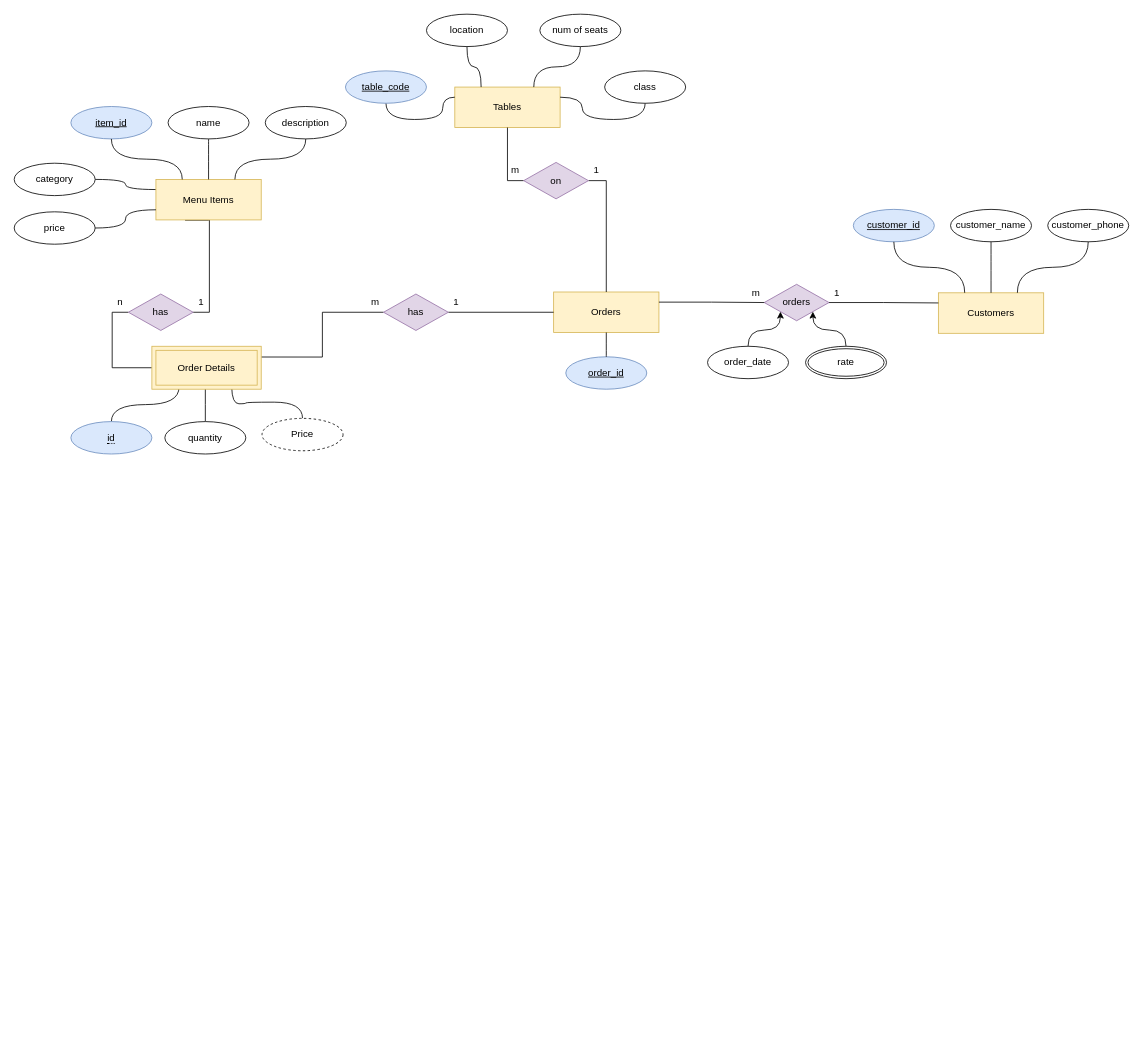
Mohammed-Abed-Alkareem/Restaurant-Management keeps this draw.io diagram as ER_diagram.drawio. Above is the earlier version. Source tidied: cells renumbered, new cells numbered last; positions are measured from the earlier drawing's top-left corner, leaving out a move shared by most shapes. Both pictures are drawn from the tidied source at 81%, with x=0, y=0 at pixel (14, 14).
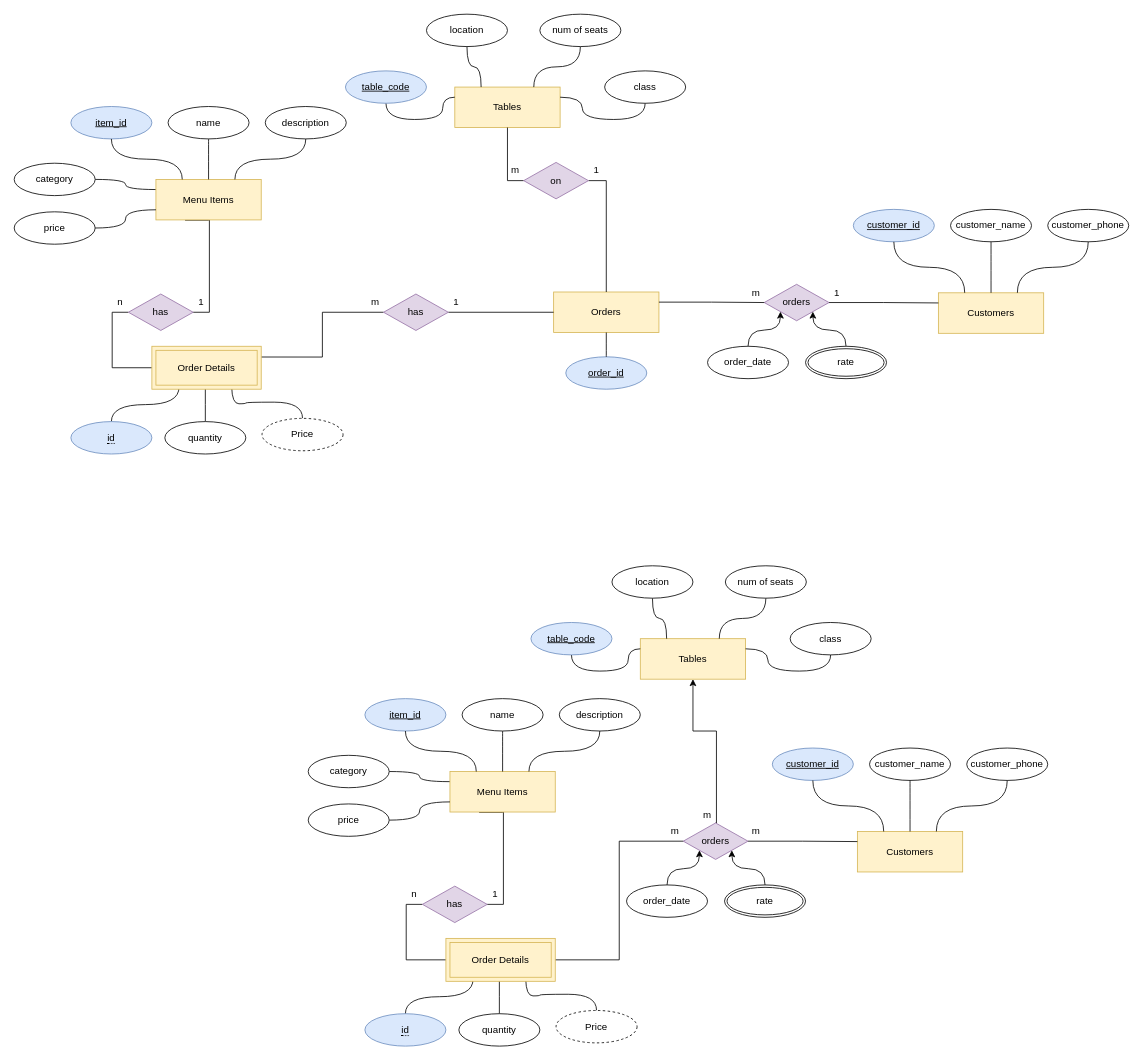
Above is the later version.

Diff of the diagram source:
```diff
@@
+    <mxCell id="63" value="Customers" style="whiteSpace=wrap;html=1;align=center;fillColor=#fff2cc;strokeColor=#d6b656;" parent="1" vertex="1">
+      <mxGeometry x="1041" y="1009" width="130" height="50" as="geometry" />
+    </mxCell>
+    <mxCell id="64" value="customer_id" style="ellipse;whiteSpace=wrap;html=1;align=center;fontStyle=4;fillColor=#dae8fc;strokeColor=#6c8ebf;" parent="1" vertex="1">
+      <mxGeometry x="936" y="906" width="100" height="40" as="geometry" />
+    </mxCell>
+    <mxCell id="65" value="customer_name" style="ellipse;whiteSpace=wrap;html=1;align=center;" parent="1" vertex="1">
+      <mxGeometry x="1056" y="906" width="100" height="40" as="geometry" />
+    </mxCell>
+    <mxCell id="66" value="customer_phone" style="ellipse;whiteSpace=wrap;html=1;align=center;" parent="1" vertex="1">
+      <mxGeometry x="1176" y="906" width="100" height="40" as="geometry" />
+    </mxCell>
+    <mxCell id="67" style="endArrow=none;html=1;rounded=0;exitX=0.5;exitY=1;exitDx=0;exitDy=0;entryX=0.25;entryY=0;entryDx=0;entryDy=0;edgeStyle=orthogonalEdgeStyle;curved=1;" parent="1" edge="1" source="64" target="63">
+      <mxGeometry relative="1" as="geometry" />
+    </mxCell>
+    <mxCell id="68" style="endArrow=none;html=1;rounded=0;exitX=0.5;exitY=1;exitDx=0;exitDy=0;entryX=0.5;entryY=0;entryDx=0;entryDy=0;edgeStyle=orthogonalEdgeStyle;curved=1;" parent="1" edge="1" source="65" target="63">
+      <mxGeometry relative="1" as="geometry" />
+    </mxCell>
+    <mxCell id="69" style="endArrow=none;html=1;rounded=0;exitX=0.5;exitY=1;exitDx=0;exitDy=0;entryX=0.75;entryY=0;entryDx=0;entryDy=0;edgeStyle=orthogonalEdgeStyle;curved=1;" parent="1" edge="1" source="66" target="63">
+      <mxGeometry relative="1" as="geometry" />
+    </mxCell>
+    <mxCell id="70" style="edgeStyle=orthogonalEdgeStyle;rounded=0;jettySize=auto;html=1;exitX=0.5;exitY=0;exitDx=0;exitDy=0;entryX=0.5;entryY=1;entryDx=0;entryDy=0;" parent="1" edge="1" source="71" target="99">
+      <mxGeometry relative="1" as="geometry">
+        <Array as="points">
+          <mxPoint x="867" y="885" />
+          <mxPoint x="838" y="885" />
+        </Array>
+      </mxGeometry>
+    </mxCell>
+    <mxCell id="71" value="orders" style="shape=rhombus;perimeter=rhombusPerimeter;whiteSpace=wrap;html=1;align=center;fillColor=#e1d5e7;strokeColor=#9673a6;" parent="1" vertex="1">
+      <mxGeometry x="826" y="998.5" width="80" height="45" as="geometry" />
+    </mxCell>
+    <mxCell id="72" style="endArrow=none;html=1;rounded=0;exitX=1;exitY=0.5;exitDx=0;exitDy=0;entryX=0;entryY=0.5;entryDx=0;entryDy=0;edgeStyle=orthogonalEdgeStyle;" parent="1" edge="1" source="109" target="71">
+      <mxGeometry relative="1" as="geometry" />
+    </mxCell>
+    <mxCell id="73" style="endArrow=none;html=1;rounded=0;entryX=0;entryY=0.25;entryDx=0;entryDy=0;exitX=1;exitY=0.5;exitDx=0;exitDy=0;edgeStyle=orthogonalEdgeStyle;" parent="1" edge="1" source="71" target="63">
+      <mxGeometry relative="1" as="geometry" />
+    </mxCell>
+    <mxCell id="74" value="m" style="text;html=1;strokeColor=none;fillColor=none;align=center;verticalAlign=middle;whiteSpace=wrap;rounded=0;" parent="1" vertex="1">
+      <mxGeometry x="906" y="998.5" width="20" height="20" as="geometry" />
+    </mxCell>
+    <mxCell id="75" value="m" style="text;html=1;strokeColor=none;fillColor=none;align=center;verticalAlign=middle;whiteSpace=wrap;rounded=0;" parent="1" vertex="1">
+      <mxGeometry x="846" y="978.5" width="20" height="20" as="geometry" />
+    </mxCell>
+    <mxCell id="76" style="edgeStyle=orthogonalEdgeStyle;rounded=0;jettySize=auto;html=1;entryX=0;entryY=0.5;entryDx=0;entryDy=0;endArrow=none;endFill=0;exitX=0;exitY=0.5;exitDx=0;exitDy=0;" parent="1" edge="1" source="109" target="90">
+      <mxGeometry relative="1" as="geometry" />
+    </mxCell>
+    <mxCell id="77" style="edgeStyle=orthogonalEdgeStyle;rounded=0;jettySize=auto;html=1;exitX=0.5;exitY=0;exitDx=0;exitDy=0;entryX=0.25;entryY=1;entryDx=0;entryDy=0;curved=1;endArrow=none;endFill=0;" parent="1" edge="1" source="110">
+      <mxGeometry relative="1" as="geometry">
+        <mxPoint x="566.5" y="1191" as="targetPoint" />
+      </mxGeometry>
+    </mxCell>
+    <mxCell id="78" style="edgeStyle=orthogonalEdgeStyle;rounded=0;jettySize=auto;html=1;exitX=0.5;exitY=0;exitDx=0;exitDy=0;entryX=0.5;entryY=1;entryDx=0;entryDy=0;endArrow=none;endFill=0;" parent="1" edge="1" source="79">
+      <mxGeometry relative="1" as="geometry">
+        <mxPoint x="599" y="1191" as="targetPoint" />
+      </mxGeometry>
+    </mxCell>
+    <mxCell id="79" value="quantity" style="ellipse;whiteSpace=wrap;html=1;align=center;" parent="1" vertex="1">
+      <mxGeometry x="549" y="1234" width="100" height="40" as="geometry" />
+    </mxCell>
+    <mxCell id="80" style="edgeStyle=orthogonalEdgeStyle;rounded=0;jettySize=auto;html=1;exitX=0.5;exitY=0;exitDx=0;exitDy=0;entryX=0.75;entryY=1;entryDx=0;entryDy=0;curved=1;endArrow=none;endFill=0;" parent="1" edge="1" source="81">
+      <mxGeometry relative="1" as="geometry">
+        <mxPoint x="631.5" y="1191" as="targetPoint" />
+      </mxGeometry>
+    </mxCell>
+    <mxCell id="81" value="Price" style="ellipse;whiteSpace=wrap;html=1;align=center;dashed=1;" parent="1" vertex="1">
+      <mxGeometry x="669" y="1230" width="100" height="40" as="geometry" />
+    </mxCell>
+    <mxCell id="82" style="edgeStyle=orthogonalEdgeStyle;rounded=0;jettySize=auto;html=1;exitX=0;exitY=0.25;exitDx=0;exitDy=0;entryX=1;entryY=0.5;entryDx=0;entryDy=0;curved=1;endArrow=none;endFill=0;" parent="1" edge="1" source="84" target="94">
+      <mxGeometry relative="1" as="geometry" />
+    </mxCell>
+    <mxCell id="83" style="edgeStyle=orthogonalEdgeStyle;rounded=0;jettySize=auto;html=1;exitX=0.5;exitY=1;exitDx=0;exitDy=0;entryX=1;entryY=0.5;entryDx=0;entryDy=0;endArrow=none;endFill=0;" parent="1" edge="1" source="84" target="90">
+      <mxGeometry relative="1" as="geometry">
+        <Array as="points">
+          <mxPoint x="574" y="985" />
+          <mxPoint x="604" y="985" />
+          <mxPoint x="604" y="1099" />
+        </Array>
+      </mxGeometry>
+    </mxCell>
+    <mxCell id="84" value="Menu Items" style="whiteSpace=wrap;html=1;align=center;fillColor=#fff2cc;strokeColor=#d6b656;" parent="1" vertex="1">
+      <mxGeometry x="538" y="935" width="130" height="50" as="geometry" />
+    </mxCell>
+    <mxCell id="85" value="item_id" style="ellipse;whiteSpace=wrap;html=1;align=center;fontStyle=4;fillColor=#dae8fc;strokeColor=#6c8ebf;" parent="1" vertex="1">
+      <mxGeometry x="433" y="845" width="100" height="40" as="geometry" />
+    </mxCell>
+    <mxCell id="86" value="name" style="ellipse;whiteSpace=wrap;html=1;align=center;" parent="1" vertex="1">
+      <mxGeometry x="553" y="845" width="100" height="40" as="geometry" />
+    </mxCell>
+    <mxCell id="87" style="endArrow=none;html=1;rounded=0;exitX=0.5;exitY=1;exitDx=0;exitDy=0;entryX=0.25;entryY=0;entryDx=0;entryDy=0;edgeStyle=orthogonalEdgeStyle;curved=1;" parent="1" edge="1" source="85" target="84">
+      <mxGeometry relative="1" as="geometry" />
+    </mxCell>
+    <mxCell id="88" style="endArrow=none;html=1;rounded=0;exitX=0.5;exitY=1;exitDx=0;exitDy=0;entryX=0.5;entryY=0;entryDx=0;entryDy=0;edgeStyle=orthogonalEdgeStyle;curved=1;" parent="1" edge="1" source="86" target="84">
+      <mxGeometry relative="1" as="geometry" />
+    </mxCell>
+    <mxCell id="89" style="endArrow=none;html=1;rounded=0;exitX=0.5;exitY=1;exitDx=0;exitDy=0;entryX=0.75;entryY=0;entryDx=0;entryDy=0;edgeStyle=orthogonalEdgeStyle;curved=1;" parent="1" edge="1" source="93" target="84">
+      <mxGeometry relative="1" as="geometry" />
+    </mxCell>
+    <mxCell id="90" value="has" style="shape=rhombus;perimeter=rhombusPerimeter;whiteSpace=wrap;html=1;align=center;fillColor=#e1d5e7;strokeColor=#9673a6;" parent="1" vertex="1">
+      <mxGeometry x="504" y="1076.5" width="80" height="45" as="geometry" />
+    </mxCell>
+    <mxCell id="91" value="1" style="text;html=1;strokeColor=none;fillColor=none;align=center;verticalAlign=middle;whiteSpace=wrap;rounded=0;" parent="1" vertex="1">
+      <mxGeometry x="584" y="1076.5" width="20" height="20" as="geometry" />
+    </mxCell>
+    <mxCell id="92" value="n" style="text;html=1;strokeColor=none;fillColor=none;align=center;verticalAlign=middle;whiteSpace=wrap;rounded=0;" parent="1" vertex="1">
+      <mxGeometry x="484" y="1076.5" width="20" height="20" as="geometry" />
+    </mxCell>
+    <mxCell id="93" value="description" style="ellipse;whiteSpace=wrap;html=1;align=center;" parent="1" vertex="1">
+      <mxGeometry x="673" y="845" width="100" height="40" as="geometry" />
+    </mxCell>
+    <mxCell id="94" value="category" style="ellipse;whiteSpace=wrap;html=1;align=center;" parent="1" vertex="1">
+      <mxGeometry x="363" y="915" width="100" height="40" as="geometry" />
+    </mxCell>
+    <mxCell id="95" style="edgeStyle=orthogonalEdgeStyle;rounded=0;jettySize=auto;html=1;exitX=1;exitY=0.5;exitDx=0;exitDy=0;entryX=0;entryY=0.75;entryDx=0;entryDy=0;curved=1;endArrow=none;endFill=0;" parent="1" edge="1" source="96" target="84">
+      <mxGeometry relative="1" as="geometry" />
+    </mxCell>
+    <mxCell id="96" value="price" style="ellipse;whiteSpace=wrap;html=1;align=center;" parent="1" vertex="1">
+      <mxGeometry x="363" y="975" width="100" height="40" as="geometry" />
+    </mxCell>
+    <mxCell id="97" style="edgeStyle=orthogonalEdgeStyle;rounded=0;jettySize=auto;html=1;exitX=0.5;exitY=0;exitDx=0;exitDy=0;entryX=0;entryY=1;entryDx=0;entryDy=0;curved=1;" parent="1" edge="1" source="98" target="71">
+      <mxGeometry relative="1" as="geometry" />
+    </mxCell>
+    <mxCell id="98" value="order_date" style="ellipse;whiteSpace=wrap;html=1;align=center;" parent="1" vertex="1">
+      <mxGeometry x="756" y="1075" width="100" height="40" as="geometry" />
+    </mxCell>
+    <mxCell id="99" value="Tables" style="whiteSpace=wrap;html=1;align=center;fillColor=#fff2cc;strokeColor=#d6b656;" parent="1" vertex="1">
+      <mxGeometry x="773" y="771" width="130" height="50" as="geometry" />
+    </mxCell>
+    <mxCell id="100" style="edgeStyle=orthogonalEdgeStyle;rounded=0;jettySize=auto;html=1;exitX=0.5;exitY=1;exitDx=0;exitDy=0;entryX=0;entryY=0.25;entryDx=0;entryDy=0;curved=1;endArrow=none;endFill=0;" parent="1" edge="1" source="101" target="99">
+      <mxGeometry relative="1" as="geometry" />
+    </mxCell>
+    <mxCell id="101" value="table_code" style="ellipse;whiteSpace=wrap;html=1;align=center;fontStyle=4;fillColor=#dae8fc;strokeColor=#6c8ebf;" parent="1" vertex="1">
+      <mxGeometry x="638" y="751" width="100" height="40" as="geometry" />
+    </mxCell>
+    <mxCell id="102" style="edgeStyle=orthogonalEdgeStyle;rounded=0;jettySize=auto;html=1;exitX=0.5;exitY=1;exitDx=0;exitDy=0;entryX=0.25;entryY=0;entryDx=0;entryDy=0;curved=1;endArrow=none;endFill=0;" parent="1" edge="1" source="103" target="99">
+      <mxGeometry relative="1" as="geometry" />
+    </mxCell>
+    <mxCell id="103" value="location" style="ellipse;whiteSpace=wrap;html=1;align=center;" parent="1" vertex="1">
+      <mxGeometry x="738" y="681" width="100" height="40" as="geometry" />
+    </mxCell>
+    <mxCell id="104" style="edgeStyle=orthogonalEdgeStyle;rounded=0;jettySize=auto;html=1;exitX=0.5;exitY=1;exitDx=0;exitDy=0;entryX=0.75;entryY=0;entryDx=0;entryDy=0;endArrow=none;endFill=0;curved=1;" parent="1" edge="1" source="105" target="99">
+      <mxGeometry relative="1" as="geometry" />
+    </mxCell>
+    <mxCell id="105" value="num of seats" style="ellipse;whiteSpace=wrap;html=1;align=center;" parent="1" vertex="1">
+      <mxGeometry x="878" y="681" width="100" height="40" as="geometry" />
+    </mxCell>
+    <mxCell id="106" style="edgeStyle=orthogonalEdgeStyle;rounded=0;jettySize=auto;html=1;exitX=0.5;exitY=1;exitDx=0;exitDy=0;entryX=1;entryY=0.25;entryDx=0;entryDy=0;curved=1;endArrow=none;endFill=0;" parent="1" edge="1" source="107" target="99">
+      <mxGeometry relative="1" as="geometry" />
+    </mxCell>
+    <mxCell id="107" value="class" style="ellipse;whiteSpace=wrap;html=1;align=center;" parent="1" vertex="1">
+      <mxGeometry x="958" y="751" width="100" height="40" as="geometry" />
+    </mxCell>
+    <mxCell id="108" value="m" style="text;html=1;strokeColor=none;fillColor=none;align=center;verticalAlign=middle;whiteSpace=wrap;rounded=0;" parent="1" vertex="1">
+      <mxGeometry x="806" y="998.5" width="20" height="20" as="geometry" />
+    </mxCell>
+    <mxCell id="109" value="Order Details" style="shape=ext;margin=3;double=1;whiteSpace=wrap;html=1;align=center;fillColor=#fff2cc;strokeColor=#d6b656;" parent="1" vertex="1">
+      <mxGeometry x="533" y="1141" width="135" height="53" as="geometry" />
+    </mxCell>
+    <mxCell id="110" value="&lt;span style=&quot;border-bottom: 1px dotted&quot;&gt;id&lt;/span&gt;" style="ellipse;whiteSpace=wrap;html=1;align=center;fillColor=#dae8fc;strokeColor=#6c8ebf;" parent="1" vertex="1">
+      <mxGeometry x="433" y="1234" width="100" height="40" as="geometry" />
+    </mxCell>
+    <mxCell id="111" style="edgeStyle=orthogonalEdgeStyle;rounded=0;jettySize=auto;html=1;exitX=0.5;exitY=0;exitDx=0;exitDy=0;entryX=1;entryY=1;entryDx=0;entryDy=0;curved=1;" parent="1" edge="1" source="112" target="71">
+      <mxGeometry relative="1" as="geometry" />
+    </mxCell>
+    <mxCell id="112" value="rate" style="ellipse;shape=doubleEllipse;margin=3;whiteSpace=wrap;html=1;align=center;" parent="1" vertex="1">
+      <mxGeometry x="877" y="1075" width="100" height="40" as="geometry" />
+    </mxCell>
```
